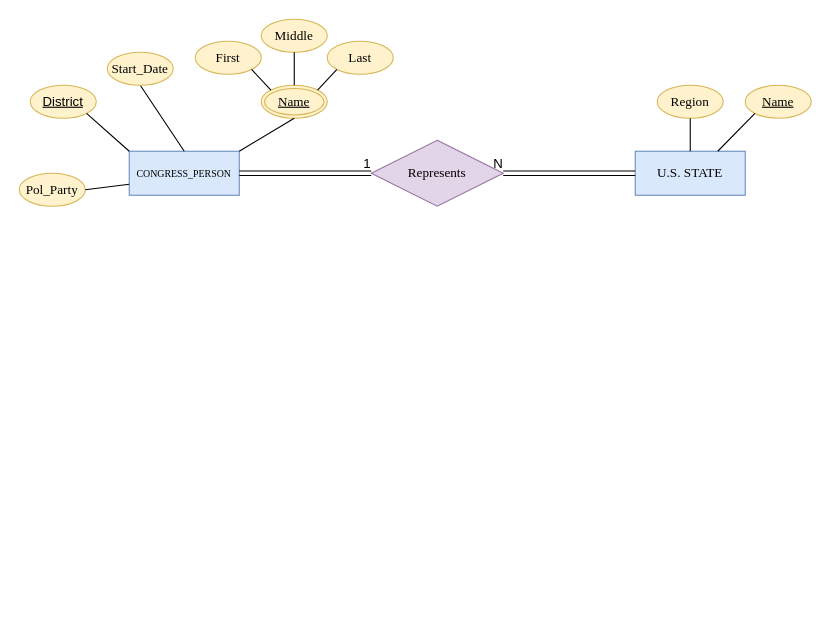
Earlier version of the draw.io diagram US_HouseofReps_ER.drawio (cameron-ellis/US-HouseofReps-ER). Source tidied: cells renumbered, new cells numbered last; positions are measured from the earlier drawing's top-left corner, leaving out a move shared by most shapes. Both pictures are drawn from the tidied source at 110%, with x=0, y=0 at pixel (19, 19).
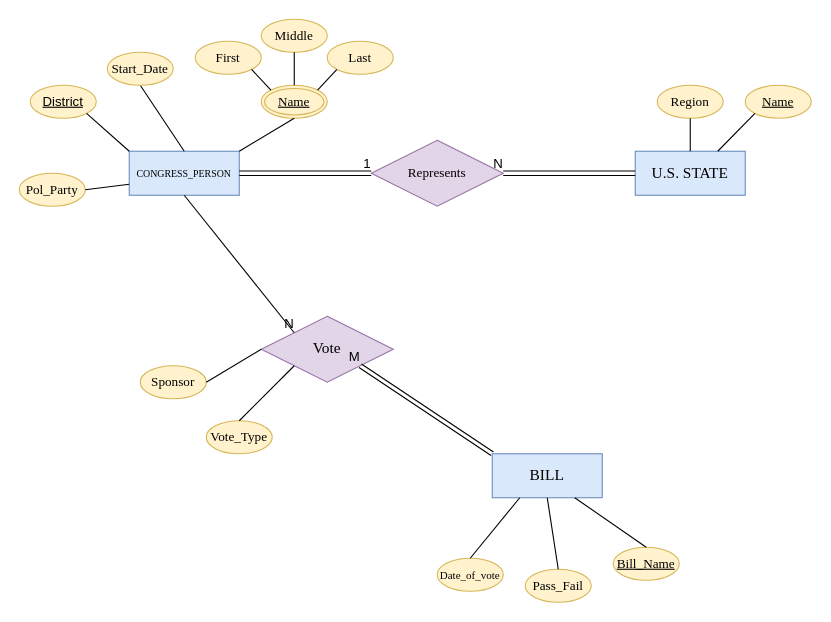
The same diagram, later.

Commit message:
added BILL entity and Vote relation

Unchanged cells that the change refers to:
```xml
<mxCell id="7" value="&lt;font face=&quot;Times New Roman&quot; style=&quot;font-size: 9px&quot;&gt;CONGRESS_PERSON&lt;/font&gt;" style="whiteSpace=wrap;html=1;align=center;fillColor=#dae8fc;strokeColor=#6c8ebf;" parent="1" vertex="1">
  <mxGeometry x="100" y="120" width="100" height="40" as="geometry" />
</mxCell>
```

Change to the diagram source:
```diff
@@
-    <mxCell id="2" value="&lt;font face=&quot;Times New Roman&quot;&gt;U.S. STATE&lt;/font&gt;" style="whiteSpace=wrap;html=1;align=center;fillColor=#dae8fc;strokeColor=#6c8ebf;" parent="1" vertex="1">
+    <mxCell id="2" value="&lt;font face=&quot;Times New Roman&quot; style=&quot;font-size: 14px;&quot;&gt;U.S. STATE&lt;/font&gt;" style="whiteSpace=wrap;html=1;align=center;fillColor=#dae8fc;strokeColor=#6c8ebf;fontSize=14;" parent="1" vertex="1">
       <mxGeometry x="560" y="120" width="100" height="40" as="geometry" />
     </mxCell>
@@
+    <mxCell id="27" value="BILL" style="whiteSpace=wrap;html=1;align=center;fontFamily=Times New Roman;fontSize=14;fillColor=#dae8fc;strokeColor=#6c8ebf;" parent="1" vertex="1">
+      <mxGeometry x="430" y="395" width="100" height="40" as="geometry" />
+    </mxCell>
+    <mxCell id="28" value="&lt;u&gt;Bill_Name&lt;/u&gt;" style="ellipse;whiteSpace=wrap;html=1;align=center;fontFamily=Times New Roman;fontSize=12;fillColor=#fff2cc;strokeColor=#d6b656;" parent="1" vertex="1">
+      <mxGeometry x="540" y="480" width="60" height="30" as="geometry" />
+    </mxCell>
+    <mxCell id="29" value="Date_of_vote" style="ellipse;whiteSpace=wrap;html=1;align=center;fontFamily=Times New Roman;fontSize=10;fillColor=#fff2cc;strokeColor=#d6b656;" parent="1" vertex="1">
+      <mxGeometry x="380" y="490" width="60" height="30" as="geometry" />
+    </mxCell>
+    <mxCell id="30" value="Pass_Fail" style="ellipse;whiteSpace=wrap;html=1;align=center;fontFamily=Times New Roman;fontSize=12;fillColor=#fff2cc;strokeColor=#d6b656;" parent="1" vertex="1">
+      <mxGeometry x="460" y="500" width="60" height="30" as="geometry" />
+    </mxCell>
+    <mxCell id="31" value="Sponsor" style="ellipse;whiteSpace=wrap;html=1;align=center;fontFamily=Times New Roman;fontSize=12;fillColor=#fff2cc;strokeColor=#d6b656;" parent="1" vertex="1">
+      <mxGeometry x="110" y="315" width="60" height="30" as="geometry" />
+    </mxCell>
+    <mxCell id="32" value="&lt;font style=&quot;font-size: 14px&quot;&gt;Vote&lt;/font&gt;" style="shape=rhombus;perimeter=rhombusPerimeter;whiteSpace=wrap;html=1;align=center;fontFamily=Times New Roman;fontSize=10;fillColor=#e1d5e7;strokeColor=#9673a6;" parent="1" vertex="1">
+      <mxGeometry x="220" y="270" width="120" height="60" as="geometry" />
+    </mxCell>
+    <mxCell id="33" style="endArrow=none;html=1;rounded=0;fontFamily=Times New Roman;fontSize=10;exitX=0.5;exitY=0;exitDx=0;exitDy=0;entryX=0.5;entryY=1;entryDx=0;entryDy=0;" parent="1" edge="1" source="30" target="27">
+      <mxGeometry relative="1" as="geometry" />
+    </mxCell>
+    <mxCell id="34" style="endArrow=none;html=1;rounded=0;fontFamily=Times New Roman;fontSize=10;exitX=0.75;exitY=1;exitDx=0;exitDy=0;entryX=0.5;entryY=0;entryDx=0;entryDy=0;" parent="1" edge="1" source="27" target="28">
+      <mxGeometry relative="1" as="geometry" />
+    </mxCell>
+    <mxCell id="35" style="endArrow=none;html=1;rounded=0;fontFamily=Times New Roman;fontSize=10;entryX=0;entryY=0.5;entryDx=0;entryDy=0;exitX=1;exitY=0.5;exitDx=0;exitDy=0;" parent="1" edge="1" source="31" target="32">
+      <mxGeometry relative="1" as="geometry" />
+    </mxCell>
+    <mxCell id="36" style="endArrow=none;html=1;rounded=0;fontFamily=Times New Roman;fontSize=10;entryX=0.25;entryY=1;entryDx=0;entryDy=0;exitX=0.5;exitY=0;exitDx=0;exitDy=0;" parent="1" edge="1" source="29" target="27">
+      <mxGeometry relative="1" as="geometry" />
+    </mxCell>
+    <mxCell id="37" value="Vote_Type" style="ellipse;whiteSpace=wrap;html=1;align=center;fontFamily=Times New Roman;fontSize=12;fillColor=#fff2cc;strokeColor=#d6b656;" parent="1" vertex="1">
+      <mxGeometry x="170" y="365" width="60" height="30" as="geometry" />
+    </mxCell>
+    <mxCell id="38" style="endArrow=none;html=1;rounded=0;fontFamily=Times New Roman;fontSize=10;exitX=0.5;exitY=0;exitDx=0;exitDy=0;entryX=0;entryY=1;entryDx=0;entryDy=0;" parent="1" edge="1" source="37" target="32">
+      <mxGeometry relative="1" as="geometry" />
+    </mxCell>
+    <mxCell id="39" style="shape=link;html=1;rounded=0;fontFamily=Times New Roman;fontSize=10;exitX=0;exitY=0;exitDx=0;exitDy=0;entryX=1;entryY=1;entryDx=0;entryDy=0;" parent="1" edge="1" source="27" target="32">
+      <mxGeometry relative="1" as="geometry" />
+    </mxCell>
+    <mxCell id="40" value="M" style="html=1;align=right;verticalAlign=bottom;" parent="39" vertex="1">
+      <mxGeometry x="1" relative="1" as="geometry" />
+    </mxCell>
+    <mxCell id="41" style="endArrow=none;html=1;rounded=0;fontFamily=Times New Roman;fontSize=10;entryX=0;entryY=0;entryDx=0;entryDy=0;exitX=0.5;exitY=1;exitDx=0;exitDy=0;" parent="1" edge="1" source="7" target="32">
+      <mxGeometry relative="1" as="geometry" />
+    </mxCell>
+    <mxCell id="42" value="N" style="html=1;align=right;verticalAlign=bottom;" parent="41" vertex="1">
+      <mxGeometry x="1" relative="1" as="geometry" />
+    </mxCell>
```
